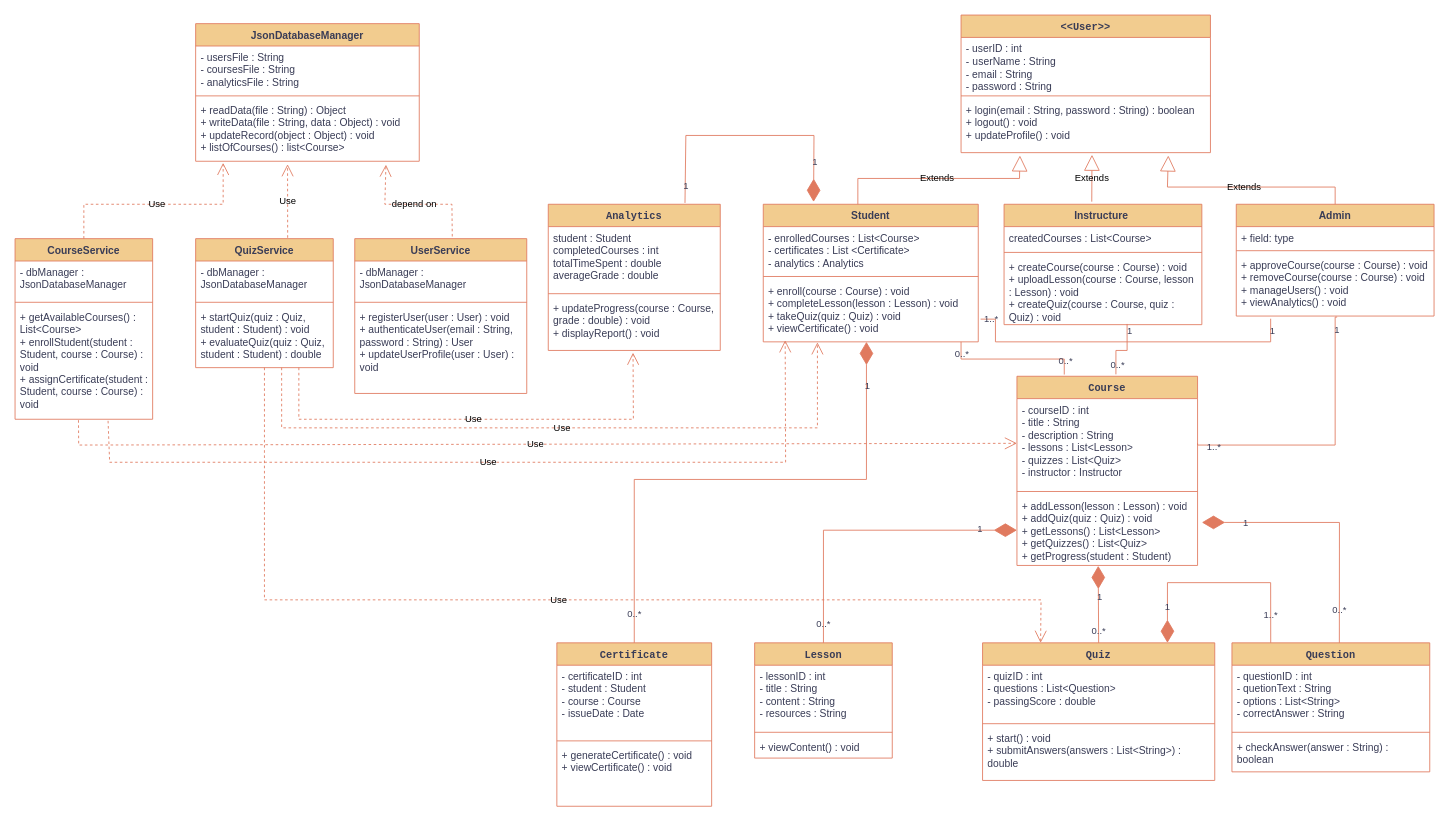
This is diagrams/class.drawio from Mohamed-Bahig/SkillForge-UML-Design, a draw.io file, before an edit. Source tidied: cells renumbered, new cells numbered last; positions are measured from the earlier drawing's top-left corner, leaving out a move shared by most shapes. Both pictures are drawn from the tidied source at 86%, with x=0, y=0 at pixel (15, 15).
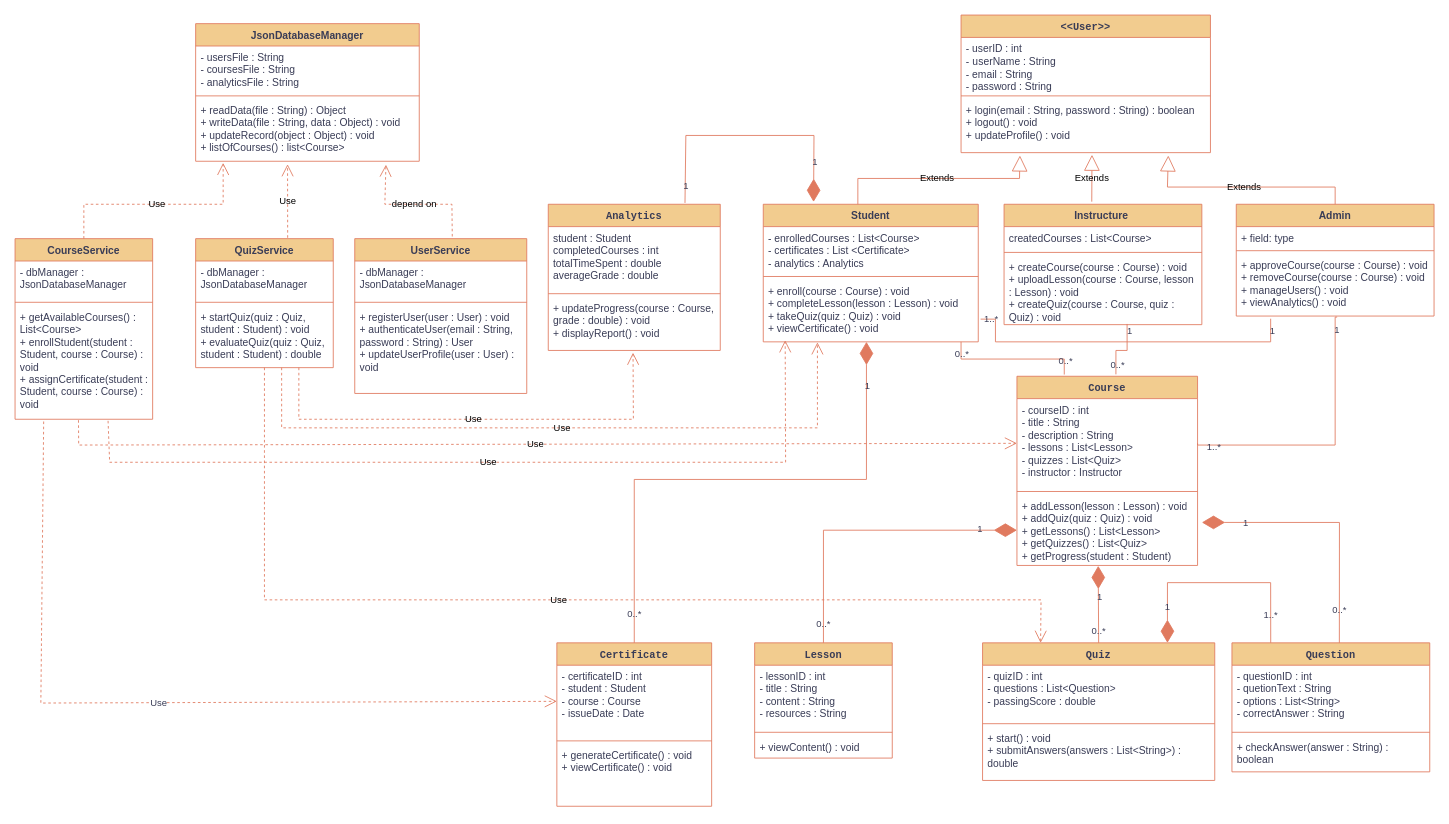
The same page after the edit.

Unchanged cells that the change refers to:
```xml
<mxCell id="35" value="&lt;div&gt;- certificateID : int&lt;/div&gt;&lt;div&gt;- student : Student&lt;/div&gt;&lt;div&gt;- course : Course&lt;/div&gt;&lt;div&gt;- issueDate : Date&lt;/div&gt;" style="text;strokeColor=none;fillColor=none;align=left;verticalAlign=top;spacingLeft=4;spacingRight=4;overflow=hidden;points=[[0,0.5],[1,0.5]];portConstraint=eastwest;whiteSpace=wrap;html=1;labelBackgroundColor=none;fontColor=#393C56;" parent="34" vertex="1">
  <mxGeometry y="26" width="180" height="84" as="geometry" />
</mxCell>
<mxCell id="62" value="&lt;div&gt;+ getAvailableCourses() : List&amp;lt;Course&amp;gt;&lt;/div&gt;&lt;div&gt;+ enrollStudent(student : Student, course : Course) : void&lt;/div&gt;&lt;div&gt;+ assignCertificate(student : Student, course : Course) : void&lt;/div&gt;" style="text;strokeColor=none;fillColor=none;align=left;verticalAlign=top;spacingLeft=4;spacingRight=4;overflow=hidden;points=[[0,0.5],[1,0.5]];portConstraint=eastwest;whiteSpace=wrap;html=1;labelBackgroundColor=none;fontColor=#393C56;" parent="59" vertex="1">
  <mxGeometry y="78" width="160" height="132" as="geometry" />
</mxCell>
```

What changed in the source:
```diff
@@
+    <mxCell id="99" value="Use" style="endArrow=open;endSize=12;dashed=1;html=1;rounded=0;strokeColor=#E07A5F;fontColor=#393C56;fillColor=#F2CC8F;exitX=0.208;exitY=1.02;exitDx=0;exitDy=0;exitPerimeter=0;entryX=0;entryY=0.5;entryDx=0;entryDy=0;" parent="1" edge="1" source="62" target="35">
+      <mxGeometry relative="1" as="geometry">
+        <Array as="points">
+          <mxPoint x="30" y="800" />
+        </Array>
+      </mxGeometry>
+    </mxCell>
```
